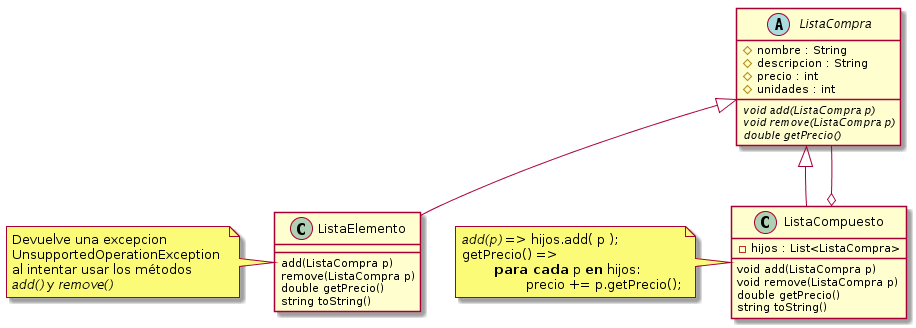
Above: docs/models/almacen/UMLListaCompra.png in Starkie/RestauranteDDS (PlantUML), before the change.
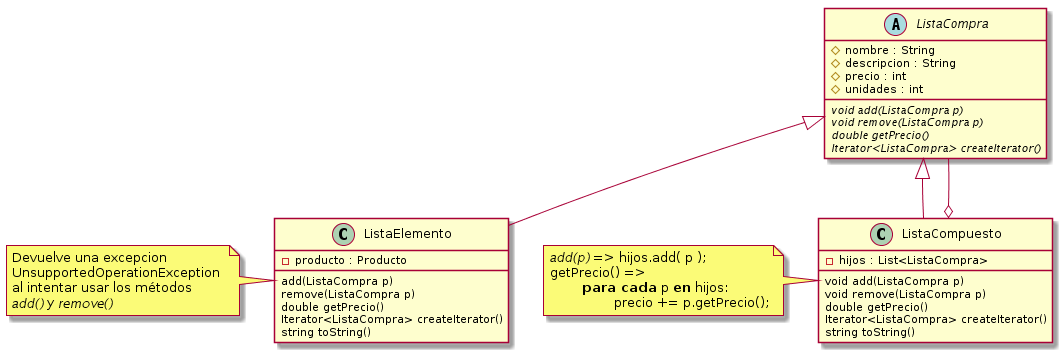
The same file after the commit.

Diff of the diagram source:
```diff
@@ -10,13 +10,17 @@
 	{abstract}void add(ListaCompra p)
 	{abstract}void remove(ListaCompra p)
 	{abstract}double getPrecio()
+	{abstract}Iterator<ListaCompra> createIterator()
 }
 
 
 class ListaElemento {
+	-producto : Producto
+
 	add(ListaCompra p)
 	remove(ListaCompra p)
 	double getPrecio()
+	Iterator<ListaCompra> createIterator()
 	string toString()
 }
 note left
@@ -34,6 +38,7 @@
 	void add(ListaCompra p)
 	void remove(ListaCompra p)
 	double getPrecio()
+	Iterator<ListaCompra> createIterator()
 	string toString()
 }
 note left
```
